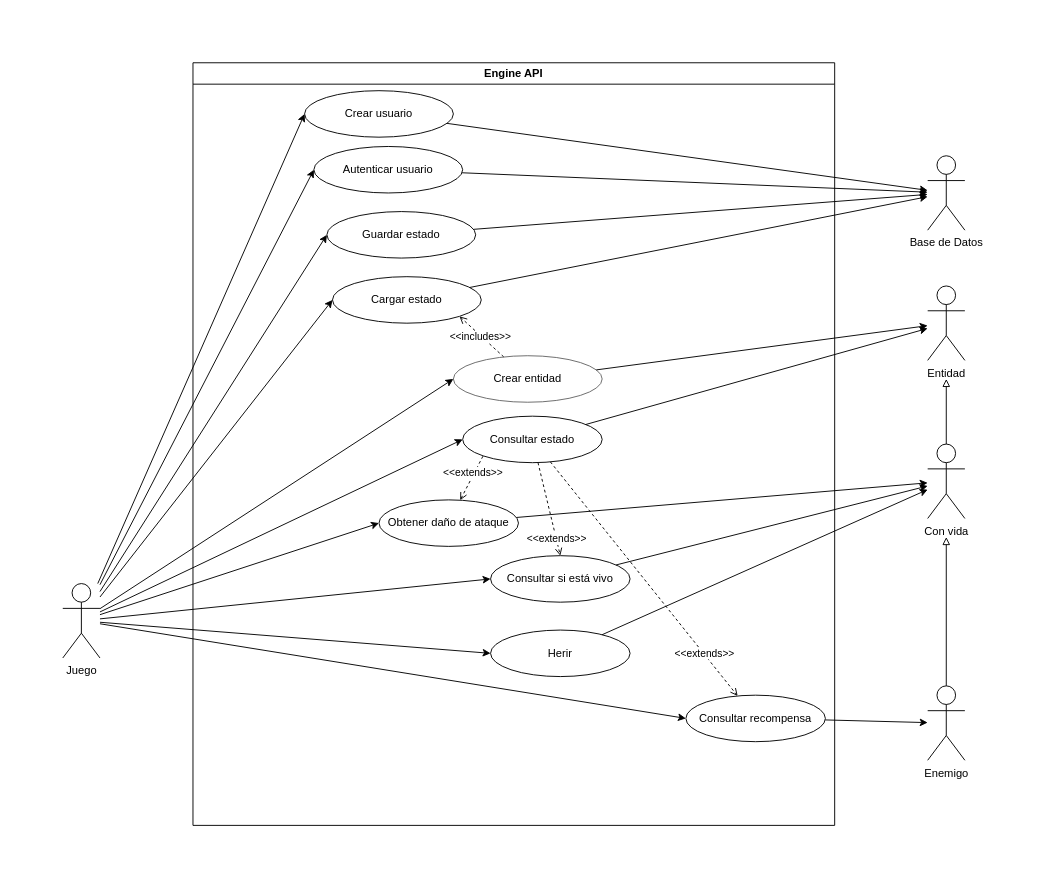
The draw.io diagram document/tex_files/mainmatter/chapter_4/images/diagrama_analisis_motor/casos_uso_motor_1.drawio in ThAlsay/Hephaestus, before the edit. Source tidied: cells renumbered, new cells numbered last; positions are measured from the earlier drawing's top-left corner, leaving out a move shared by most shapes. Both pictures are drawn from the tidied source at 93%, with x=0, y=0 at pixel (62, 62).
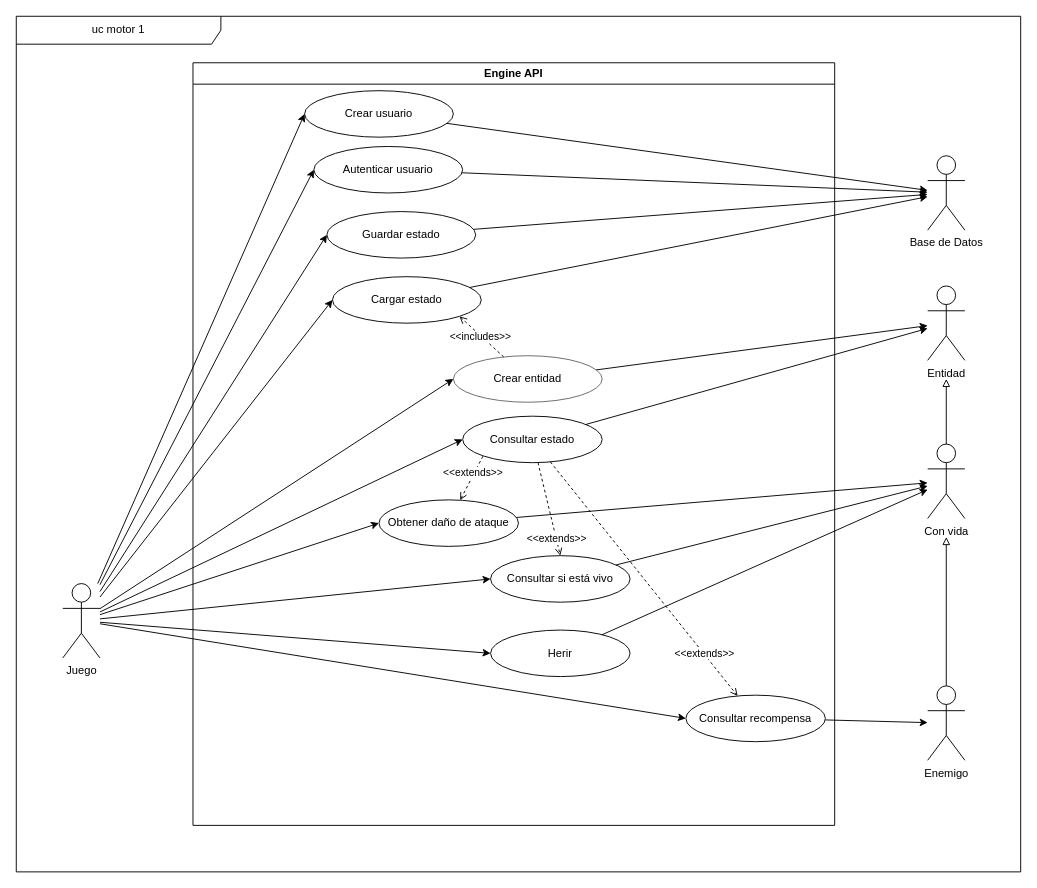
Above is the later version.

Diff of the diagram source:
```diff
@@
+    <mxCell id="48" value="uc motor 1" style="shape=umlFrame;whiteSpace=wrap;html=1;width=220;height=30;" parent="1" vertex="1">
+      <mxGeometry x="-50" y="-50" width="1080" height="920" as="geometry" />
+    </mxCell>
```
